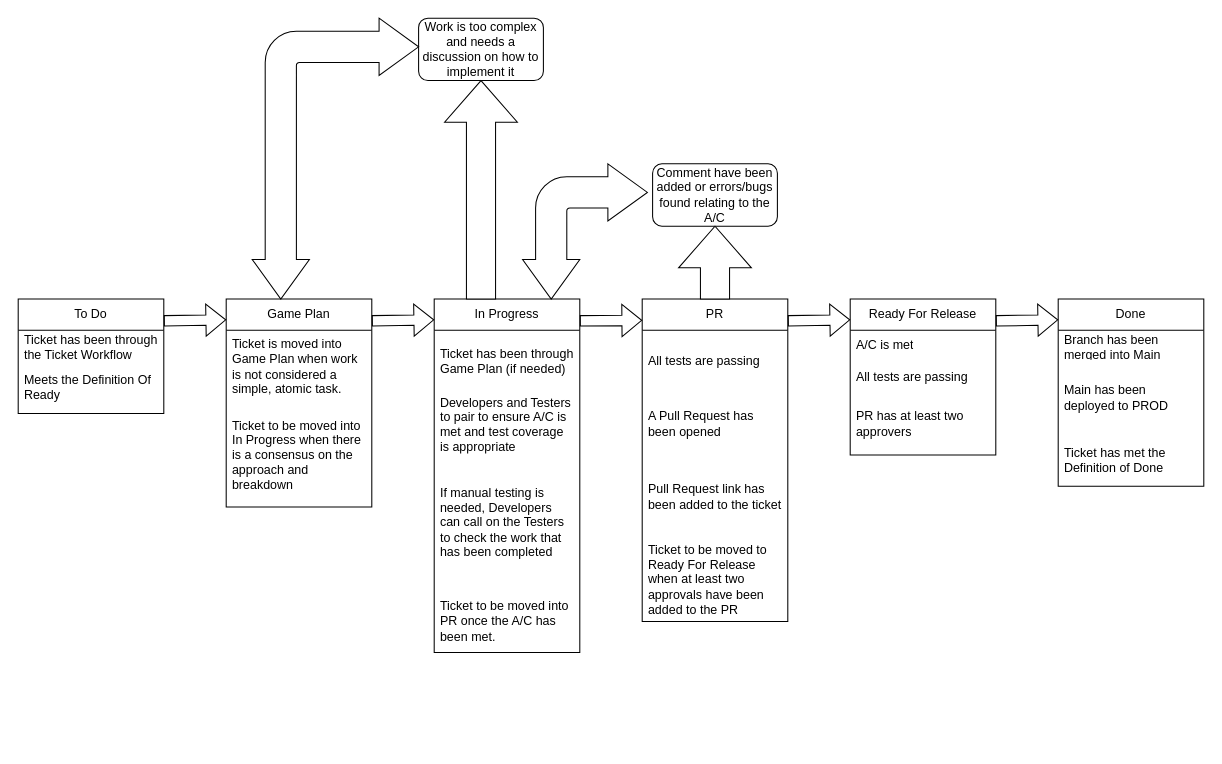
This is Untitled Diagram.drawio from EmmaHawkins/test_flows, a draw.io file, before an edit. Source tidied: cells renumbered, new cells numbered last; positions are measured from the earlier drawing's top-left corner, leaving out a move shared by most shapes. Both pictures are drawn from the tidied source at 104%, with x=0, y=0 at pixel (18, 18).
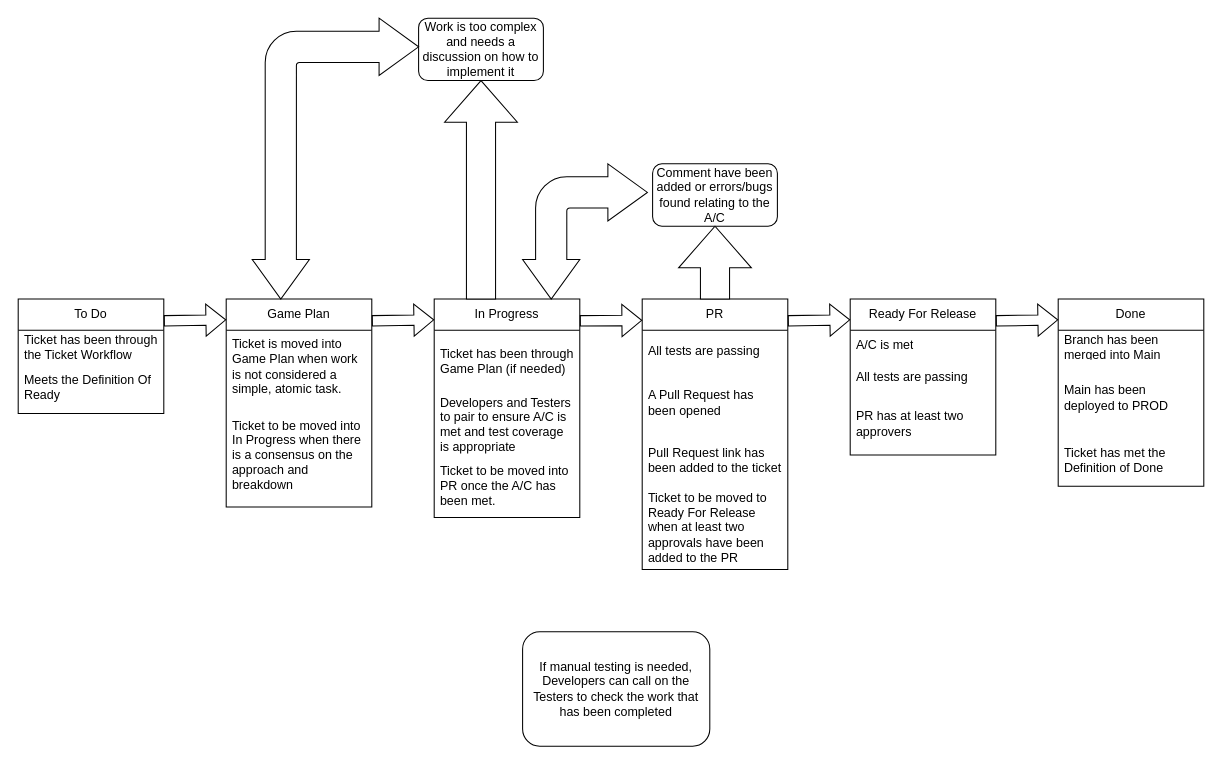
The same diagram, later.

The edit, as a diff of the source:
```diff
@@
     <mxCell id="8" value="In Progress" style="swimlane;fontStyle=0;horizontal=1;startSize=30;whiteSpace=wrap;html=1;" parent="1" vertex="1">
-      <mxGeometry x="400" y="270" width="140" height="340" as="geometry" />
+      <mxGeometry x="400" y="270" width="140" height="210" as="geometry" />
     </mxCell>
@@
-    <mxCell id="11" value="If manual testing is needed, Developers can call on the Testers to check the work that has been completed" style="text;strokeColor=none;fillColor=none;align=left;verticalAlign=middle;spacingLeft=4;spacingRight=4;overflow=hidden;whiteSpace=wrap;html=1;" parent="8" vertex="1">
-      <mxGeometry y="150" width="140" height="130" as="geometry" />
-    </mxCell>
     <mxCell id="12" value="Ticket to be moved into&amp;nbsp; PR once the A/C has been met." style="text;strokeColor=none;fillColor=none;align=left;verticalAlign=middle;spacingLeft=4;spacingRight=4;overflow=hidden;whiteSpace=wrap;html=1;" parent="8" vertex="1">
-      <mxGeometry y="280" width="140" height="60" as="geometry" />
+      <mxGeometry y="150" width="140" height="60" as="geometry" />
     </mxCell>
     <mxCell id="13" value="PR" style="swimlane;fontStyle=0;horizontal=1;startSize=30;whiteSpace=wrap;html=1;" parent="1" vertex="1">
-      <mxGeometry x="600" y="270" width="140" height="310" as="geometry" />
+      <mxGeometry x="600" y="270" width="140" height="260" as="geometry" />
     </mxCell>
     <mxCell id="14" value="All tests are passing" style="text;strokeColor=none;fillColor=none;align=left;verticalAlign=middle;spacingLeft=4;spacingRight=4;overflow=hidden;whiteSpace=wrap;html=1;" parent="13" vertex="1">
-      <mxGeometry y="30" width="140" height="60" as="geometry" />
+      <mxGeometry y="30" width="140" height="40" as="geometry" />
     </mxCell>
     <mxCell id="15" value="A Pull Request has been opened" style="text;strokeColor=none;fillColor=none;align=left;verticalAlign=middle;spacingLeft=4;spacingRight=4;overflow=hidden;whiteSpace=wrap;html=1;" parent="13" vertex="1">
-      <mxGeometry y="90" width="140" height="60" as="geometry" />
+      <mxGeometry y="70" width="140" height="60" as="geometry" />
     </mxCell>
     <mxCell id="16" value="Pull Request link has been added to the ticket" style="text;strokeColor=none;fillColor=none;align=left;verticalAlign=middle;spacingLeft=4;spacingRight=4;overflow=hidden;whiteSpace=wrap;html=1;" parent="13" vertex="1">
-      <mxGeometry y="150" width="140" height="80" as="geometry" />
+      <mxGeometry y="130" width="140" height="50" as="geometry" />
     </mxCell>
     <mxCell id="17" value="Ticket to be moved to Ready For Release when at least two approvals have been added to the PR" style="text;strokeColor=none;fillColor=none;align=left;verticalAlign=middle;spacingLeft=4;spacingRight=4;overflow=hidden;whiteSpace=wrap;html=1;" parent="13" vertex="1">
-      <mxGeometry y="230" width="140" height="80" as="geometry" />
+      <mxGeometry y="180" width="140" height="80" as="geometry" />
     </mxCell>
@@
+    <mxCell id="11" value="If manual testing is needed, Developers can call on the Testers to check the work that has been completed" style="rounded=1;whiteSpace=wrap;html=1;" parent="1" vertex="1">
+      <mxGeometry x="485" y="590" width="180" height="110" as="geometry" />
+    </mxCell>
```
